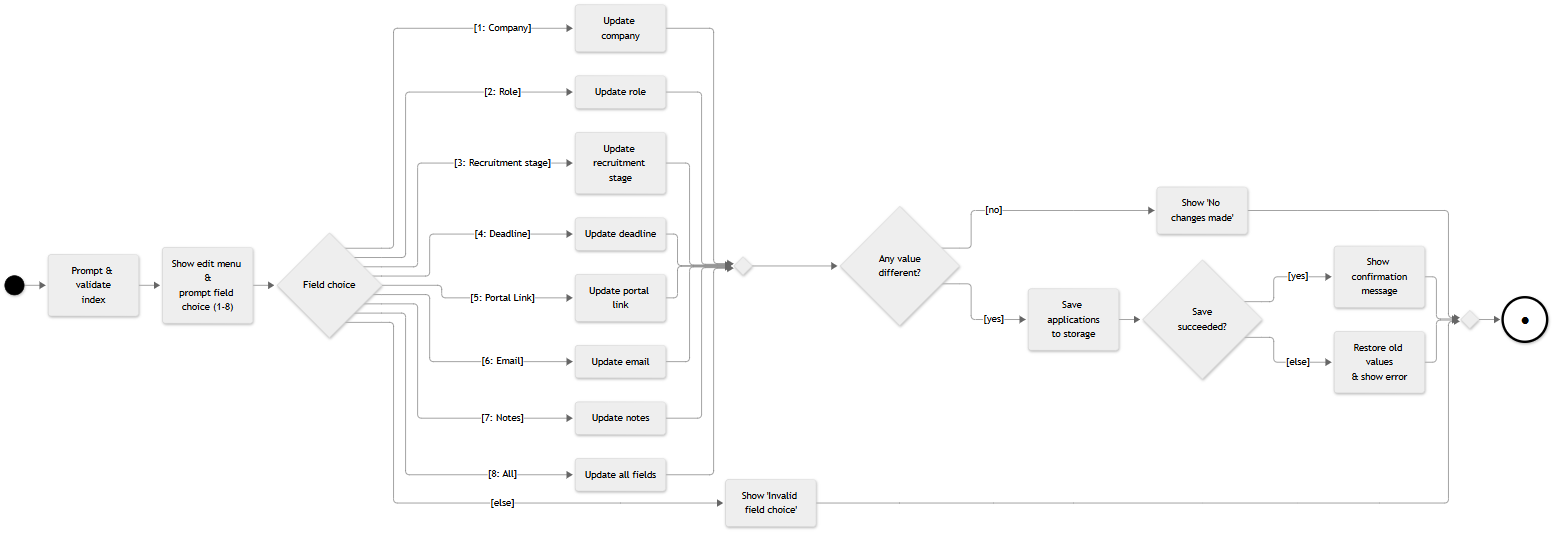
Earlier version of the Mermaid export docs/diagrams/edit-application-activity.png (AY2627S1-CS2113-T10-2/tp). Its source is kept beside it as docs/diagrams/sources/edit-application-activity.mmd.
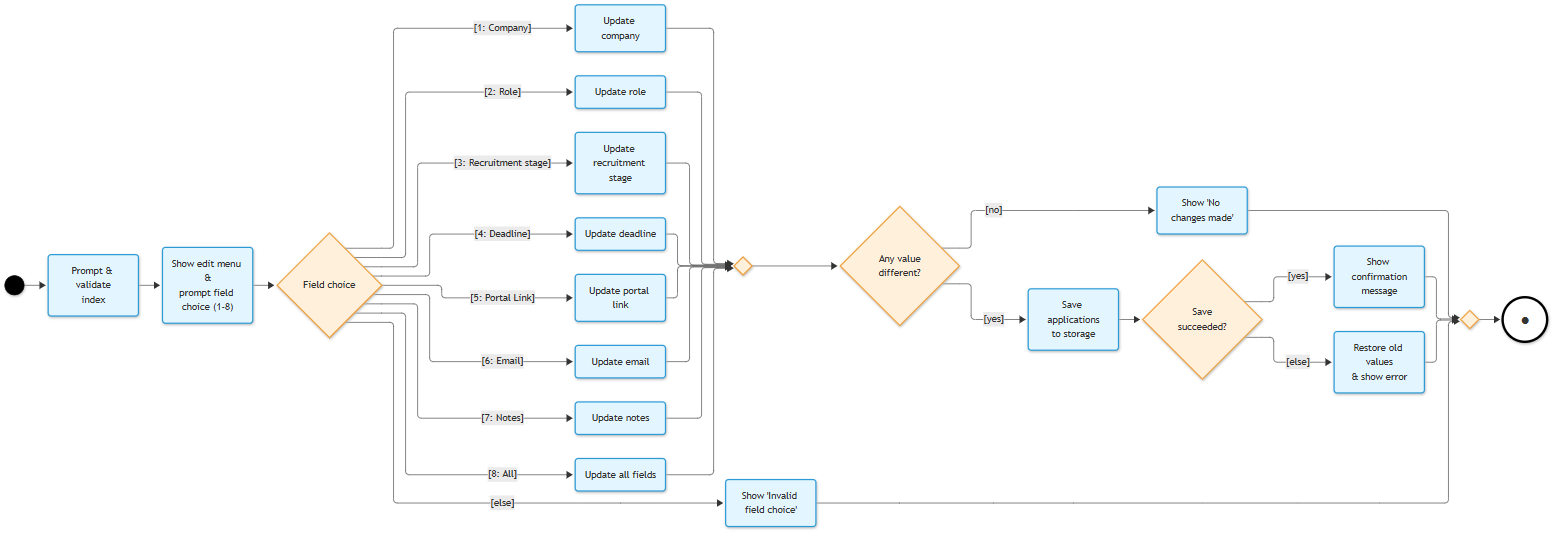
Above is the later version.

The edit, as a diff of the source:
```diff
@@ -1,25 +1,27 @@
-%%{init: {'theme': 'neutral'}}%%
+%%{init: {'theme': 'default'}}%%
 flowchart LR
-    Start(( )):::start --> PromptIdx("Prompt & validate<br/>index")
-    PromptIdx --> PromptField("Show edit menu &<br/>prompt field choice (1-8)")
-    PromptField --> Branch{"Field choice"}
-    Branch -->|"[1: Company]"| UpdCo("Update company") --> Merge{ }
-    Branch -->|"[2: Role]"| UpdRole("Update role") --> Merge
-    Branch -->|"[3: Recruitment stage]"| UpdStage("Update recruitment stage") --> Merge
-    Branch -->|"[4: Deadline]"| UpdDue("Update deadline") --> Merge
-    Branch -->|"[5: Portal Link]"| UpdPort("Update portal link") --> Merge
-    Branch -->|"[6: Email]"| UpdMail("Update email") --> Merge
-    Branch -->|"[7: Notes]"| UpdNote("Update notes") --> Merge
-    Branch -->|"[8: All]"| UpdAll("Update all fields") --> Merge
-    Branch -->|"[else]"| ShowErr("Show 'Invalid field choice'") --> MergeEnd{ }
-    Merge --> Changed{"Any value<br/>different?"}
-    Changed -->|"[no]"| NoChange("Show 'No changes made'") --> MergeEnd
-    Changed -->|"[yes]"| Save("Save applications<br/>to storage")
-    Save --> Saved{"Save<br/>succeeded?"}
-    Saved -->|"[yes]"| Confirm("Show confirmation<br/>message")
-    Saved -->|"[else]"| Rollback("Restore old values<br/>& show error")
+    Start(( )):::start --> PromptIdx("Prompt & validate<br/>index"):::action
+    PromptIdx --> PromptField("Show edit menu &<br/>prompt field choice (1-8)"):::action
+    PromptField --> Branch{"Field choice"}:::decision
+    Branch -->|"[1: Company]"| UpdCo("Update company"):::action --> Merge{ }:::decision
+    Branch -->|"[2: Role]"| UpdRole("Update role"):::action --> Merge
+    Branch -->|"[3: Recruitment stage]"| UpdStage("Update recruitment stage"):::action --> Merge
+    Branch -->|"[4: Deadline]"| UpdDue("Update deadline"):::action --> Merge
+    Branch -->|"[5: Portal Link]"| UpdPort("Update portal link"):::action --> Merge
+    Branch -->|"[6: Email]"| UpdMail("Update email"):::action --> Merge
+    Branch -->|"[7: Notes]"| UpdNote("Update notes"):::action --> Merge
+    Branch -->|"[8: All]"| UpdAll("Update all fields"):::action --> Merge
+    Branch -->|"[else]"| ShowErr("Show 'Invalid field choice'"):::action --> MergeEnd{ }:::decision
+    Merge --> Changed{"Any value<br/>different?"}:::decision
+    Changed -->|"[no]"| NoChange("Show 'No changes made'"):::action --> MergeEnd
+    Changed -->|"[yes]"| Save("Save applications<br/>to storage"):::action
+    Save --> Saved{"Save<br/>succeeded?"}:::decision
+    Saved -->|"[yes]"| Confirm("Show confirmation<br/>message"):::action
+    Saved -->|"[else]"| Rollback("Restore old values<br/>& show error"):::action
     Confirm --> MergeEnd
     Rollback --> MergeEnd
     MergeEnd --> End(("●")):::finish
     classDef start fill:#000,stroke:#000
     classDef finish fill:#fff,stroke:#000,stroke-width:4px,font-size:26px
+    classDef action fill:#e3f6ff,stroke:#2b9bd8,stroke-width:2px
+    classDef decision fill:#fff0dc,stroke:#f0a03a,stroke-width:2px
```
